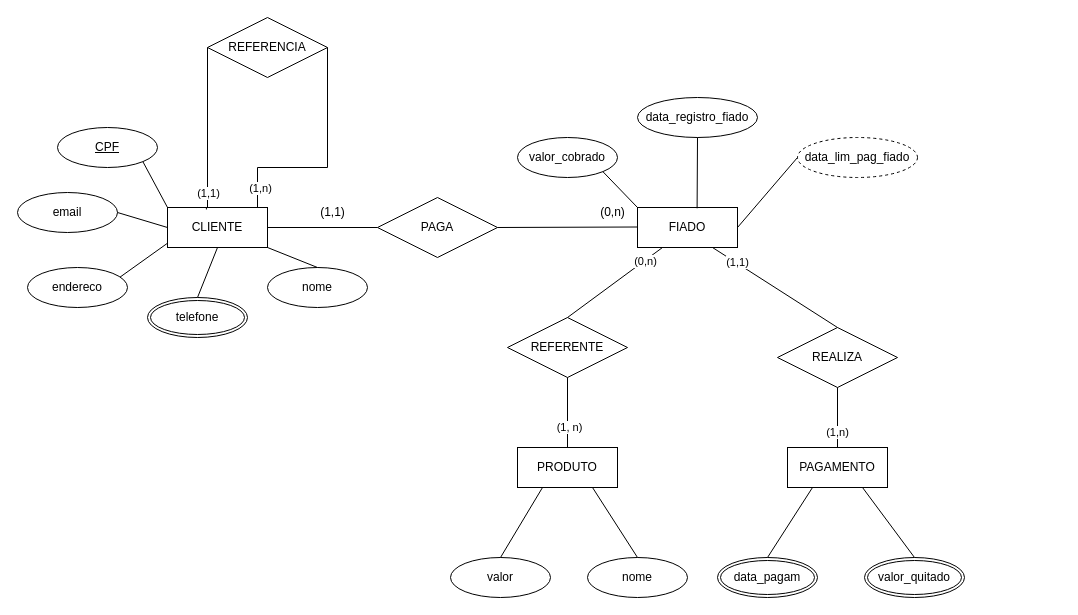
Earlier version of the draw.io diagram Modelo Conceitual/Projeto.drawio (JulioLage-Alx/BancodeDados-Fiado). Source tidied: cells renumbered, new cells numbered last; positions are measured from the earlier drawing's top-left corner, leaving out a move shared by most shapes. Both pictures are drawn from the tidied source at 100%, with x=0, y=0 at pixel (17, 17).
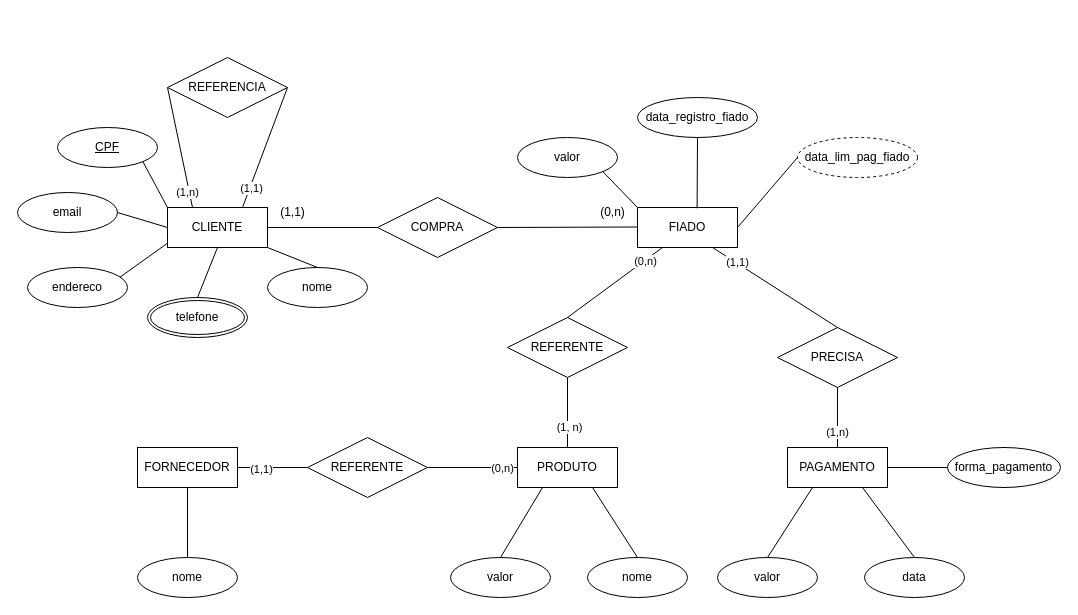
The same diagram, later.

Commit message:
MOD: ajustes no modelo conceitual

The change refers to these unchanged cells:
```xml
<mxCell id="14" value="PAGAMENTO" style="whiteSpace=wrap;html=1;align=center;" parent="1" vertex="1">
  <mxGeometry x="770" y="430" width="100" height="40" as="geometry" />
</mxCell>
<mxCell id="35" value="CLIENTE" style="whiteSpace=wrap;html=1;align=center;" parent="1" vertex="1">
  <mxGeometry x="150" y="190" width="100" height="40" as="geometry" />
</mxCell>
<mxCell id="41" value="PRODUTO" style="whiteSpace=wrap;html=1;align=center;" parent="1" vertex="1">
  <mxGeometry x="500" y="430" width="100" height="40" as="geometry" />
</mxCell>
```

Change to the diagram source:
```diff
@@
-    <mxCell id="2" value="PAGA" style="shape=rhombus;perimeter=rhombusPerimeter;whiteSpace=wrap;html=1;align=center;" parent="1" vertex="1">
+    <mxCell id="2" value="COMPRA" style="shape=rhombus;perimeter=rhombusPerimeter;whiteSpace=wrap;html=1;align=center;" parent="1" vertex="1">
       <mxGeometry x="360" y="180" width="120" height="60" as="geometry" />
     </mxCell>
-    <mxCell id="3" value="REALIZA" style="shape=rhombus;perimeter=rhombusPerimeter;whiteSpace=wrap;html=1;align=center;" parent="1" vertex="1">
+    <mxCell id="3" value="PRECISA" style="shape=rhombus;perimeter=rhombusPerimeter;whiteSpace=wrap;html=1;align=center;" parent="1" vertex="1">
       <mxGeometry x="760" y="310" width="120" height="60" as="geometry" />
     </mxCell>
@@
-    <mxCell id="10" value="valor_quitado" style="ellipse;shape=doubleEllipse;margin=3;whiteSpace=wrap;html=1;align=center;" parent="1" vertex="1">
-      <mxGeometry x="847" y="540" width="100" height="40" as="geometry" />
-    </mxCell>
-    <mxCell id="11" value="data_pagam" style="ellipse;shape=doubleEllipse;margin=3;whiteSpace=wrap;html=1;align=center;" parent="1" vertex="1">
-      <mxGeometry x="700" y="540" width="100" height="40" as="geometry" />
-    </mxCell>
-    <mxCell id="12" value="valor_cobrado" style="ellipse;whiteSpace=wrap;html=1;align=center;" parent="1" vertex="1">
+    <mxCell id="12" value="valor" style="ellipse;whiteSpace=wrap;html=1;align=center;" parent="1" vertex="1">
       <mxGeometry x="500" y="120" width="100" height="40" as="geometry" />
     </mxCell>
@@
-    <mxCell id="15" style="endArrow=none;html=1;rounded=0;entryX=0.5;entryY=0;entryDx=0;entryDy=0;exitX=0.25;exitY=1;exitDx=0;exitDy=0;" parent="1" edge="1" source="14" target="11">
+    <mxCell id="15" style="endArrow=none;html=1;rounded=0;entryX=0.5;entryY=0;entryDx=0;entryDy=0;exitX=0.25;exitY=1;exitDx=0;exitDy=0;" parent="1" edge="1" source="14" target="58">
       <mxGeometry relative="1" as="geometry" />
     </mxCell>
-    <mxCell id="16" style="endArrow=none;html=1;rounded=0;entryX=0.5;entryY=0;entryDx=0;entryDy=0;exitX=0.75;exitY=1;exitDx=0;exitDy=0;" parent="1" edge="1" source="14" target="10">
+    <mxCell id="16" style="endArrow=none;html=1;rounded=0;entryX=0.5;entryY=0;entryDx=0;entryDy=0;exitX=0.75;exitY=1;exitDx=0;exitDy=0;" parent="1" edge="1" source="14" target="59">
       <mxGeometry relative="1" as="geometry" />
     </mxCell>
@@
     <mxCell id="22" value="(1,1)" style="text;html=1;align=center;verticalAlign=middle;strokeColor=none;fillColor=none;" parent="1" vertex="1">
-      <mxGeometry x="290" y="180" width="50" height="30" as="geometry" />
+      <mxGeometry x="250" y="180" width="50" height="30" as="geometry" />
     </mxCell>
@@
-    <mxCell id="36" style="edgeStyle=orthogonalEdgeStyle;rounded=0;jettySize=auto;html=1;entryX=0.389;entryY=0.049;entryDx=0;entryDy=0;endArrow=none;endFill=0;exitX=0;exitY=0.5;exitDx=0;exitDy=0;entryPerimeter=0;" parent="1" edge="1" source="40" target="35">
-      <mxGeometry relative="1" as="geometry">
-        <Array as="points">
-          <mxPoint x="190" y="190" />
-          <mxPoint x="189" y="190" />
-        </Array>
-      </mxGeometry>
-    </mxCell>
-    <mxCell id="37" value="(1,1)" style="edgeLabel;html=1;align=center;verticalAlign=middle;" parent="36" vertex="1">
-      <mxGeometry x="0.35" y="1" relative="1" as="geometry">
-        <mxPoint x="-1" y="35" as="offset" />
-      </mxGeometry>
-    </mxCell>
-    <mxCell id="38" style="edgeStyle=orthogonalEdgeStyle;rounded=0;jettySize=auto;html=1;exitX=1;exitY=0.5;exitDx=0;exitDy=0;endArrow=baseDash;endFill=0;" parent="1" edge="1" source="40">
-      <mxGeometry relative="1" as="geometry">
-        <mxPoint x="240" y="190" as="targetPoint" />
-        <Array as="points">
-          <mxPoint x="310" y="150" />
-          <mxPoint x="240" y="150" />
-        </Array>
-      </mxGeometry>
-    </mxCell>
-    <mxCell id="39" value="(1,n)" style="edgeLabel;html=1;align=center;verticalAlign=middle;" parent="38" vertex="1">
-      <mxGeometry x="0.78" y="2" relative="1" as="geometry">
-        <mxPoint y="5" as="offset" />
-      </mxGeometry>
-    </mxCell>
     <mxCell id="40" value="REFERENCIA" style="shape=rhombus;perimeter=rhombusPerimeter;whiteSpace=wrap;html=1;align=center;" parent="1" vertex="1">
-      <mxGeometry x="190" width="120" height="60" as="geometry" />
+      <mxGeometry x="150" y="40" width="120" height="60" as="geometry" />
     </mxCell>
@@
+    <mxCell id="51" style="endArrow=none;html=1;rounded=0;entryX=0;entryY=0.5;entryDx=0;entryDy=0;exitX=1;exitY=0.5;exitDx=0;exitDy=0;" parent="1" edge="1" source="61" target="41">
+      <mxGeometry relative="1" as="geometry" />
+    </mxCell>
+    <mxCell id="52" value="(0,n)" style="edgeLabel;html=1;align=center;verticalAlign=middle;" parent="51" vertex="1">
+      <mxGeometry x="0.65" relative="1" as="geometry" />
+    </mxCell>
+    <mxCell id="53" value="forma_pagamento" style="ellipse;whiteSpace=wrap;html=1;align=center;" parent="1" vertex="1">
+      <mxGeometry x="930" y="430" width="113" height="40" as="geometry" />
+    </mxCell>
+    <mxCell id="54" style="endArrow=none;html=1;rounded=0;entryX=0;entryY=0.5;entryDx=0;entryDy=0;exitX=1;exitY=0.5;exitDx=0;exitDy=0;" parent="1" edge="1" source="14" target="53">
+      <mxGeometry relative="1" as="geometry" />
+    </mxCell>
+    <mxCell id="55" style="endArrow=none;html=1;rounded=0;entryX=0;entryY=0.5;entryDx=0;entryDy=0;exitX=0.25;exitY=0;exitDx=0;exitDy=0;" parent="1" edge="1" source="35" target="40">
+      <mxGeometry relative="1" as="geometry" />
+    </mxCell>
+    <mxCell id="39" value="(1,n)" style="edgeLabel;html=1;align=center;verticalAlign=middle;" parent="55" vertex="1">
+      <mxGeometry x="-0.74" y="2" relative="1" as="geometry" />
+    </mxCell>
+    <mxCell id="56" style="endArrow=none;html=1;rounded=0;entryX=1;entryY=0.5;entryDx=0;entryDy=0;exitX=0.75;exitY=0;exitDx=0;exitDy=0;" parent="1" edge="1" source="35" target="40">
+      <mxGeometry relative="1" as="geometry" />
+    </mxCell>
+    <mxCell id="57" value="(1,1)" style="edgeLabel;html=1;align=center;verticalAlign=middle;" parent="56" vertex="1">
+      <mxGeometry x="-0.67" y="-1" relative="1" as="geometry" />
+    </mxCell>
+    <mxCell id="58" value="valor" style="ellipse;whiteSpace=wrap;html=1;align=center;" parent="1" vertex="1">
+      <mxGeometry x="700" y="540" width="100" height="40" as="geometry" />
+    </mxCell>
+    <mxCell id="59" value="data" style="ellipse;whiteSpace=wrap;html=1;align=center;" parent="1" vertex="1">
+      <mxGeometry x="847" y="540" width="100" height="40" as="geometry" />
+    </mxCell>
+    <mxCell id="60" value="FORNECEDOR" style="whiteSpace=wrap;html=1;align=center;" parent="1" vertex="1">
+      <mxGeometry x="120" y="430" width="100" height="40" as="geometry" />
+    </mxCell>
+    <mxCell id="61" value="REFERENTE" style="shape=rhombus;perimeter=rhombusPerimeter;whiteSpace=wrap;html=1;align=center;" parent="1" vertex="1">
+      <mxGeometry x="290" y="420" width="120" height="60" as="geometry" />
+    </mxCell>
+    <mxCell id="62" style="endArrow=none;html=1;rounded=0;entryX=0;entryY=0.5;entryDx=0;entryDy=0;exitX=1;exitY=0.5;exitDx=0;exitDy=0;" parent="1" edge="1" source="60" target="61">
+      <mxGeometry relative="1" as="geometry" />
+    </mxCell>
+    <mxCell id="63" value="(1,1)" style="edgeLabel;html=1;align=center;verticalAlign=middle;" parent="62" vertex="1">
+      <mxGeometry x="-0.35" y="-1" relative="1" as="geometry" />
+    </mxCell>
+    <mxCell id="64" value="nome" style="ellipse;whiteSpace=wrap;html=1;align=center;" parent="1" vertex="1">
+      <mxGeometry x="120" y="540" width="100" height="40" as="geometry" />
+    </mxCell>
+    <mxCell id="65" style="endArrow=none;html=1;rounded=0;entryX=0.5;entryY=1;entryDx=0;entryDy=0;exitX=0.5;exitY=0;exitDx=0;exitDy=0;" parent="1" edge="1" source="64" target="60">
+      <mxGeometry relative="1" as="geometry" />
+    </mxCell>
```
